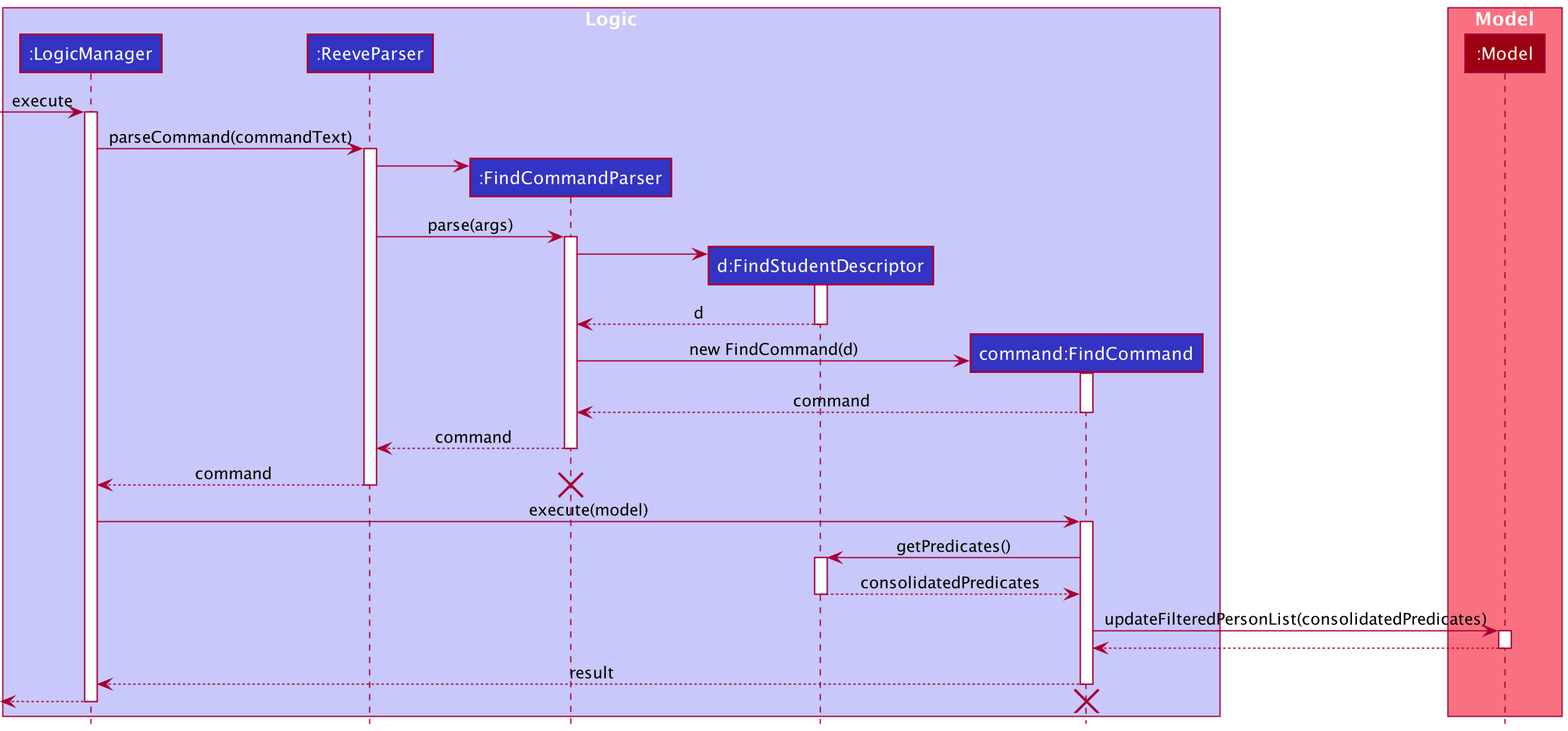
Earlier version of the PlantUML export docs/images/FindCommandSequenceDiagram.png (nus-cs2103-AY2021S1/tp). Source of this version:
```plantuml
@startuml
!include ./style.puml

box "Logic" LOGIC_COLOR_T1

Participant ":LogicManager" as logic LOGIC_COLOR
Participant ":ReeveParser" as rp LOGIC_COLOR
Participant ":FindCommandParser" as fcp LOGIC_COLOR
Participant "d:FindStudentDescriptor" as fcd LOGIC_COLOR
Participant "command:FindCommand" as fc LOGIC_COLOR


[-> logic : execute
activate logic
logic -> rp ++: parseCommand(commandText)
create fcp
rp -> fcp
rp -> fcp ++: parse(args)
create fcd
fcp -> fcd ++:
return d

create fc
fcp -> fc ++: new FindCommand(d)
return command
return command
return command
destroy fcp

logic -> fc ++: execute(model)
fc -> fcd++: getPredicates()
return consolidatedPredicates


end box

box "Model" MODEL_COLOR_T1
Participant ":Model" as model MODEL_COLOR

fc -> model++: updateFilteredPersonList(consolidatedPredicates)
return
return result
return
destroy fc
end box

@enduml
```
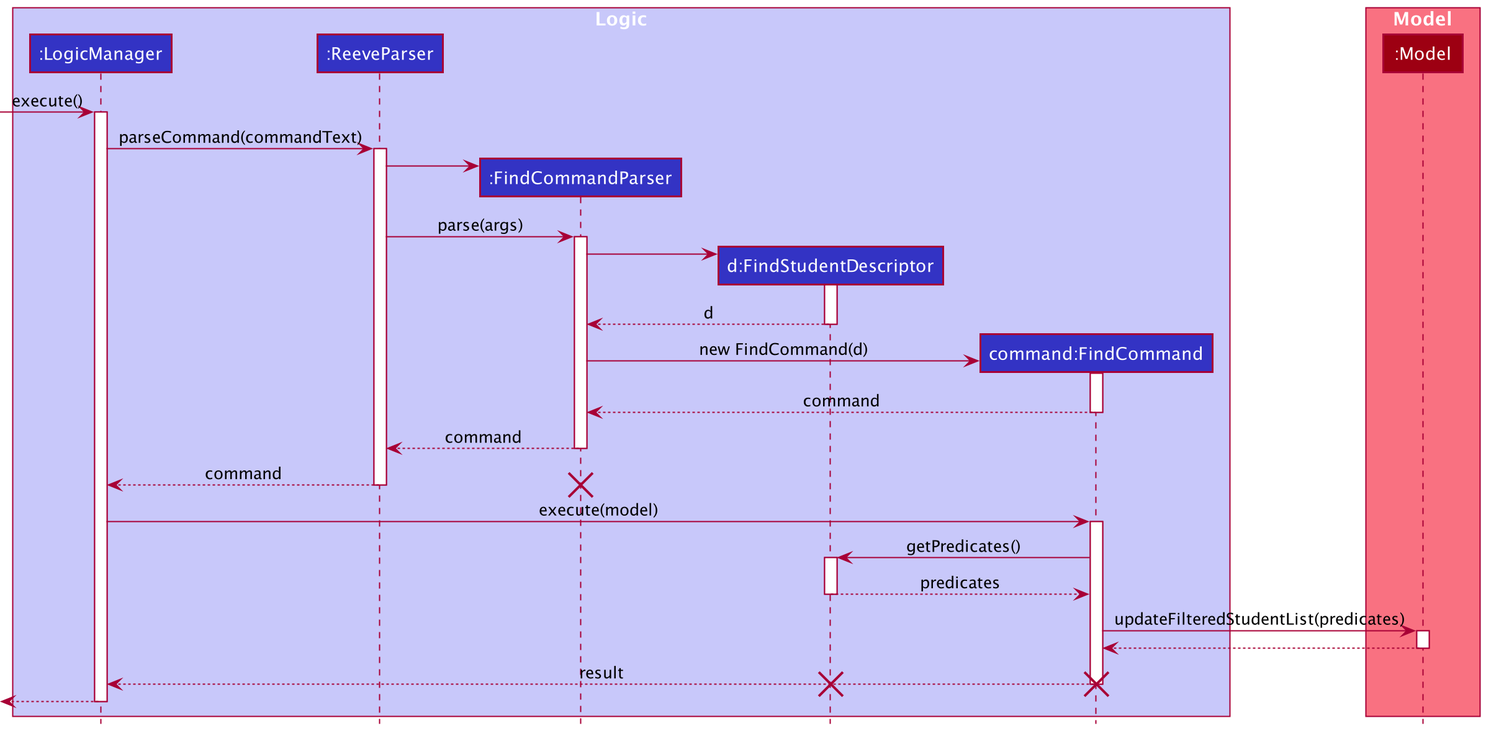
Above is the later version.

The edit, as a diff of the source:
```diff
@@ -10,7 +10,7 @@
 Participant "command:FindCommand" as fc LOGIC_COLOR
 
 
-[-> logic : execute
+[-> logic : execute()
 activate logic
 logic -> rp ++: parseCommand(commandText)
 create fcp
@@ -29,19 +29,21 @@
 
 logic -> fc ++: execute(model)
 fc -> fcd++: getPredicates()
-return consolidatedPredicates
-
+return predicates
 
 end box
 
 box "Model" MODEL_COLOR_T1
+
 Participant ":Model" as model MODEL_COLOR
 
-fc -> model++: updateFilteredPersonList(consolidatedPredicates)
+fc -> model++: updateFilteredStudentList(predicates)
 return
 return result
+destroy fc
+destroy fcd
 return
-destroy fc
+
 end box
 
 @enduml
```
